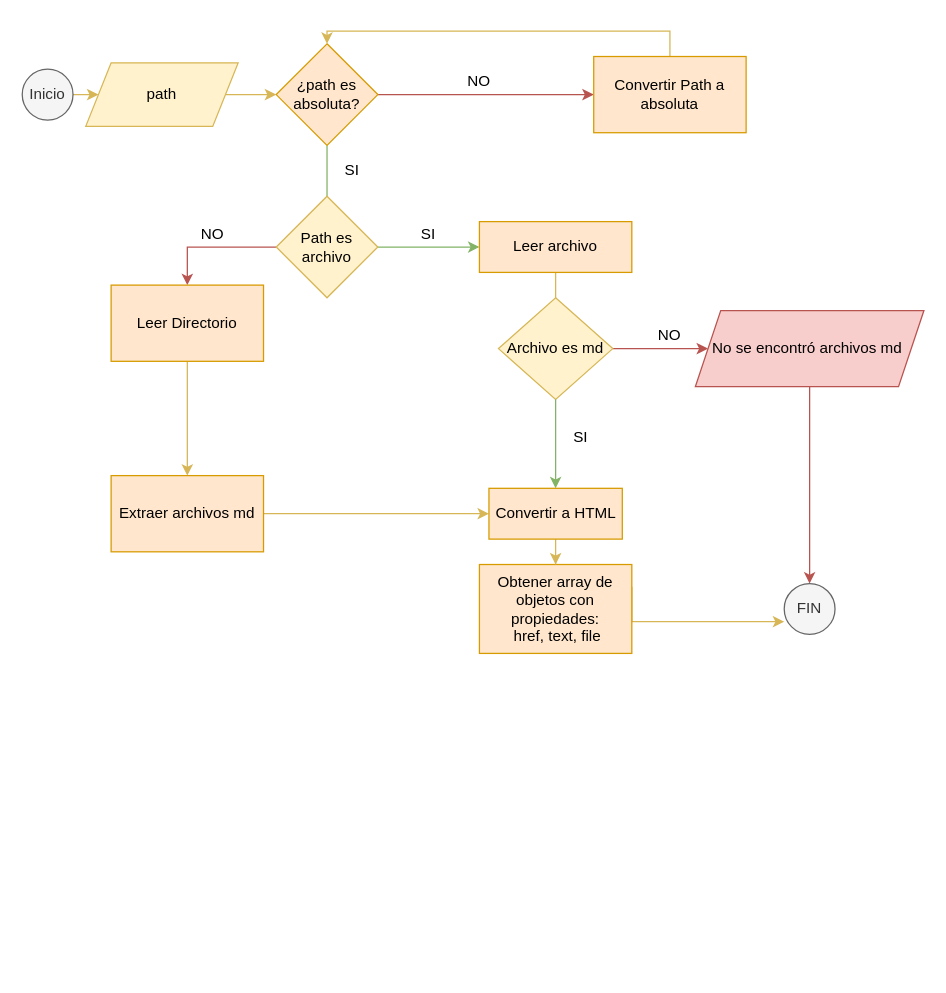
Earlier version of the draw.io diagram Untitled Diagram.drawio (SharonHQ/LIM013-fe-md-links). Source tidied: cells renumbered, new cells numbered last; positions are measured from the earlier drawing's top-left corner, leaving out a move shared by most shapes. Both pictures are drawn from the tidied source at 127%, with x=0, y=0 at pixel (22, 43).
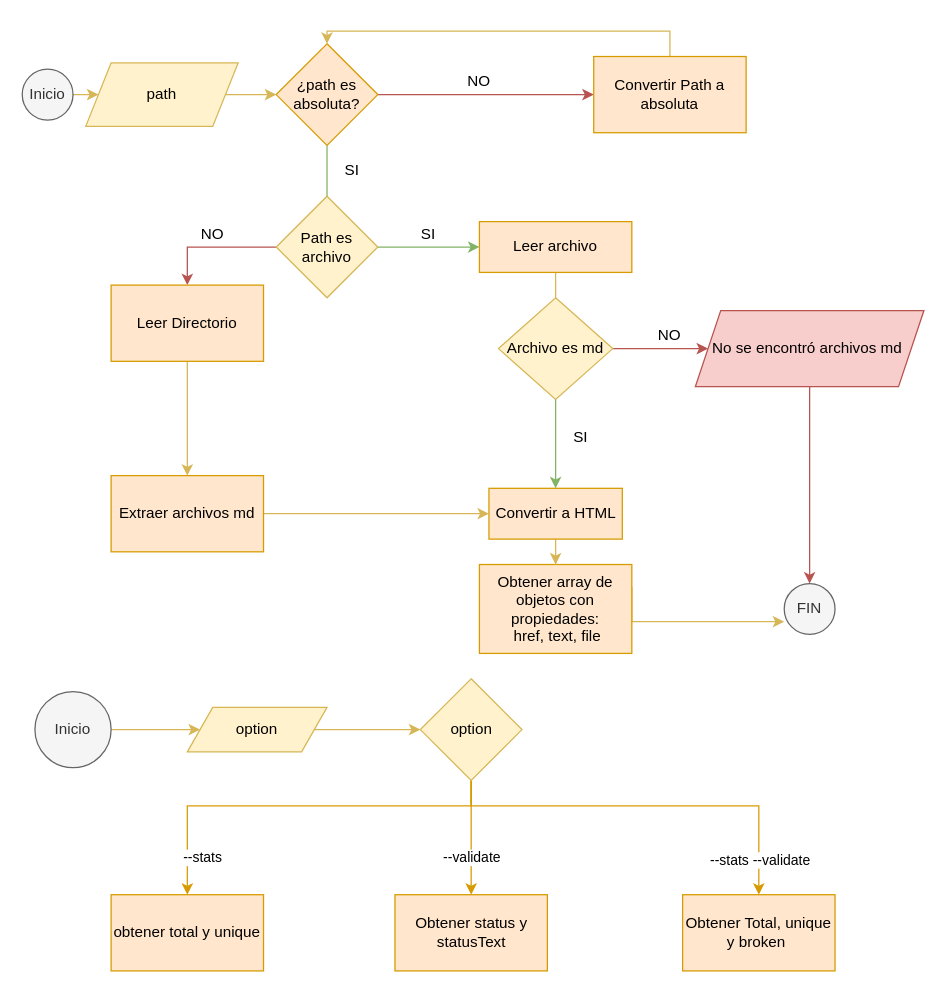
The same diagram, later.

The edit, as a diff of the source:
```diff
@@
+    <mxCell id="36" style="edgeStyle=orthogonalEdgeStyle;rounded=0;jettySize=auto;html=1;fillColor=#fff2cc;strokeColor=#d6b656;" parent="1" edge="1" source="37" target="39">
+      <mxGeometry relative="1" as="geometry" />
+    </mxCell>
+    <mxCell id="37" value="Inicio" style="ellipse;whiteSpace=wrap;html=1;fillColor=#f5f5f5;strokeColor=#666666;fontColor=#333333;" parent="1" vertex="1">
+      <mxGeometry x="10" y="510" width="60" height="60" as="geometry" />
+    </mxCell>
+    <mxCell id="38" style="edgeStyle=orthogonalEdgeStyle;rounded=0;jettySize=auto;html=1;exitX=1;exitY=0.5;exitDx=0;exitDy=0;entryX=0;entryY=0.5;entryDx=0;entryDy=0;fillColor=#fff2cc;strokeColor=#d6b656;" parent="1" edge="1" source="39" target="46">
+      <mxGeometry relative="1" as="geometry" />
+    </mxCell>
+    <mxCell id="39" value="option" style="shape=parallelogram;perimeter=parallelogramPerimeter;whiteSpace=wrap;html=1;fixedSize=1;fillColor=#fff2cc;strokeColor=#d6b656;" parent="1" vertex="1">
+      <mxGeometry x="130" y="522.5" width="110" height="35" as="geometry" />
+    </mxCell>
+    <mxCell id="40" style="edgeStyle=orthogonalEdgeStyle;rounded=0;jettySize=auto;html=1;fillColor=#ffe6cc;strokeColor=#d79b00;" parent="1" edge="1" source="46" target="47">
+      <mxGeometry relative="1" as="geometry" />
+    </mxCell>
+    <mxCell id="41" value="--validate" style="edgeLabel;html=1;align=center;verticalAlign=middle;" parent="40" vertex="1">
+      <mxGeometry x="-0.26" relative="1" as="geometry">
+        <mxPoint y="27" as="offset" />
+      </mxGeometry>
+    </mxCell>
+    <mxCell id="42" style="edgeStyle=orthogonalEdgeStyle;rounded=0;jettySize=auto;html=1;entryX=0.5;entryY=0;entryDx=0;entryDy=0;exitX=0.5;exitY=1;exitDx=0;exitDy=0;fillColor=#ffe6cc;strokeColor=#d79b00;" parent="1" edge="1" source="46" target="48">
+      <mxGeometry relative="1" as="geometry">
+        <Array as="points">
+          <mxPoint x="354" y="600" />
+          <mxPoint x="130" y="600" />
+        </Array>
+      </mxGeometry>
+    </mxCell>
+    <mxCell id="43" value="--stats" style="edgeLabel;html=1;align=center;verticalAlign=middle;" parent="42" vertex="1">
+      <mxGeometry x="-0.3" y="-1" relative="1" as="geometry">
+        <mxPoint x="-122" y="41" as="offset" />
+      </mxGeometry>
+    </mxCell>
+    <mxCell id="44" style="edgeStyle=orthogonalEdgeStyle;rounded=0;jettySize=auto;html=1;exitX=0.5;exitY=1;exitDx=0;exitDy=0;fillColor=#ffe6cc;strokeColor=#d79b00;" parent="1" edge="1" source="46" target="49">
+      <mxGeometry relative="1" as="geometry">
+        <Array as="points">
+          <mxPoint x="354" y="600" />
+          <mxPoint x="580" y="600" />
+        </Array>
+      </mxGeometry>
+    </mxCell>
+    <mxCell id="45" value="--stats --validate" style="edgeLabel;html=1;align=center;verticalAlign=middle;" parent="44" vertex="1">
+      <mxGeometry x="0.7" relative="1" as="geometry">
+        <mxPoint y="20" as="offset" />
+      </mxGeometry>
+    </mxCell>
+    <mxCell id="46" value="option" style="rhombus;whiteSpace=wrap;html=1;fillColor=#fff2cc;strokeColor=#d6b656;" parent="1" vertex="1">
+      <mxGeometry x="313.5" y="500" width="80" height="80" as="geometry" />
+    </mxCell>
+    <mxCell id="47" value="Obtener status y statusText" style="rounded=0;whiteSpace=wrap;html=1;fillColor=#ffe6cc;strokeColor=#d79b00;" parent="1" vertex="1">
+      <mxGeometry x="293.5" y="670" width="120" height="60" as="geometry" />
+    </mxCell>
+    <mxCell id="48" value="obtener total y unique" style="rounded=0;whiteSpace=wrap;html=1;fillColor=#ffe6cc;strokeColor=#d79b00;" parent="1" vertex="1">
+      <mxGeometry x="70" y="670" width="120" height="60" as="geometry" />
+    </mxCell>
+    <mxCell id="49" value="Obtener Total, unique y broken&amp;nbsp;" style="rounded=0;whiteSpace=wrap;html=1;fillColor=#ffe6cc;strokeColor=#d79b00;" parent="1" vertex="1">
+      <mxGeometry x="520" y="670" width="120" height="60" as="geometry" />
+    </mxCell>
```
